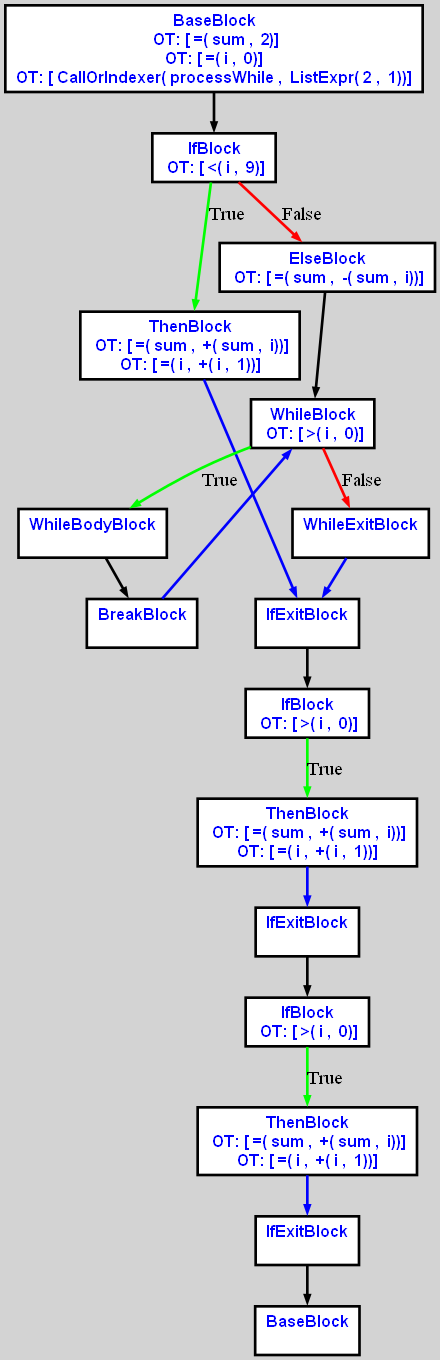
The Graphviz diagram cpoCompilerWin/cfgi0.dot.png in aveen007/CountingMonkeys, before a commit. Its source is kept beside it as cpoCompilerWin/cfgi0.dot.
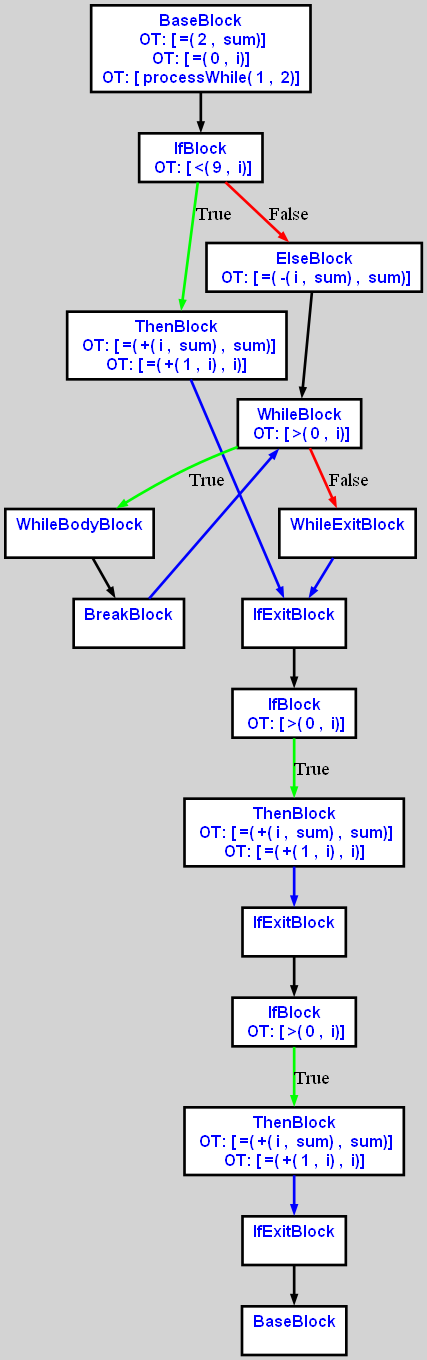
After the commit.

Change to the diagram source:
```diff
@@ -4,51 +4,51 @@
 bgcolor="lightgrey";  node [shape=box, fixedsize=false, fontsize=12, fontname="Helvetica-bold", fontcolor="blue"
 width=.25, height=.25, color="black", fillcolor="white", style="filled, solid, bold"];
 
-edge [arrowsize=.5, color="black", style="bold"]    n000012B83FEA34D0 [label="BaseBlock\n OT: [ =( sum ,  2)]
-OT: [ =( i ,  0)]
-OT: [ CallOrIndexer( processWhile ,  ListExpr( 2 ,  1))]
+edge [arrowsize=.5, color="black", style="bold"]    n0000120BA4EA34D0 [label="BaseBlock\n OT: [ =( 2 ,  sum)]
+OT: [ =( 0 ,  i)]
+OT: [ processWhile( 1 ,  2)]
 "]
-    n000012B83FEA35D0 [label="IfBlock\n OT: [ <( i ,  9)]
+    n0000120BA4EA35D0 [label="IfBlock\n OT: [ <( 9 ,  i)]
 "]
-    n000012B83FEA34D0 -> n000012B83FEA35D0
-    n000012B83FEA35D0 -> n000012B83FEA3610 [label="True" color="green"]
-    n000012B83FEA3610 [label="ThenBlock\n OT: [ =( sum ,  +( sum ,  i))]
-OT: [ =( i ,  +( i ,  1))]
+    n0000120BA4EA34D0 -> n0000120BA4EA35D0
+    n0000120BA4EA35D0 -> n0000120BA4EA3610 [label="True" color="green"]
+    n0000120BA4EA3610 [label="ThenBlock\n OT: [ =( +( i ,  sum) ,  sum)]
+OT: [ =( +( 1 ,  i) ,  i)]
 "]
-    n000012B83FEA35D0 -> n000012B83FEA3650 [label="False" color="red"]
-    n000012B83FEA3650 [label="ElseBlock\n OT: [ =( sum ,  -( sum ,  i))]
+    n0000120BA4EA35D0 -> n0000120BA4EA3650 [label="False" color="red"]
+    n0000120BA4EA3650 [label="ElseBlock\n OT: [ =( -( i ,  sum) ,  sum)]
 "]
-    n000012B83FEA3690 [label="WhileBlock\n OT: [ >( i ,  0)]
+    n0000120BA4EA3690 [label="WhileBlock\n OT: [ >( 0 ,  i)]
 "]
-    n000012B83FEA3650 -> n000012B83FEA3690
-	   n000012B83FEA3690 -> n000012B83FEA36D0 [ label = "True" color="green"]
-    n000012B83FEA36D0 [label="WhileBodyBlock\n "]
-    n000012B83FEA3710 [label="BreakBlock\n "]
-    n000012B83FEA36D0 -> n000012B83FEA3710
-    n000012B83FEA3710 -> n000012B83FEA3690 [ color="blue"]
-	   n000012B83FEA3690 -> n000012B83FEA3850 [ label = "False" color="red"]
-    n000012B83FEA3850 [label="WhileExitBlock\n "]
-    n000012B83FEA3850 -> n000012B83FEA3890 [color="blue"]
-    n000012B83FEA3610 -> n000012B83FEA3890 [ color="blue"]
-    n000012B83FEA3890 [label="IfExitBlock\n "]
-    n000012B83FEA38D0 [label="IfBlock\n OT: [ >( i ,  0)]
+    n0000120BA4EA3650 -> n0000120BA4EA3690
+	   n0000120BA4EA3690 -> n0000120BA4EA36D0 [ label = "True" color="green"]
+    n0000120BA4EA36D0 [label="WhileBodyBlock\n "]
+    n0000120BA4EA3710 [label="BreakBlock\n "]
+    n0000120BA4EA36D0 -> n0000120BA4EA3710
+    n0000120BA4EA3710 -> n0000120BA4EA3690 [ color="blue"]
+	   n0000120BA4EA3690 -> n0000120BA4EA3850 [ label = "False" color="red"]
+    n0000120BA4EA3850 [label="WhileExitBlock\n "]
+    n0000120BA4EA3850 -> n0000120BA4EA3890 [color="blue"]
+    n0000120BA4EA3610 -> n0000120BA4EA3890 [ color="blue"]
+    n0000120BA4EA3890 [label="IfExitBlock\n "]
+    n0000120BA4EA38D0 [label="IfBlock\n OT: [ >( 0 ,  i)]
 "]
-    n000012B83FEA3890 -> n000012B83FEA38D0
-    n000012B83FEA38D0 -> n000012B83FEA3910 [label="True" color="green"]
-    n000012B83FEA3910 [label="ThenBlock\n OT: [ =( sum ,  +( sum ,  i))]
-OT: [ =( i ,  +( i ,  1))]
+    n0000120BA4EA3890 -> n0000120BA4EA38D0
+    n0000120BA4EA38D0 -> n0000120BA4EA3910 [label="True" color="green"]
+    n0000120BA4EA3910 [label="ThenBlock\n OT: [ =( +( i ,  sum) ,  sum)]
+OT: [ =( +( 1 ,  i) ,  i)]
 "]
-    n000012B83FEA3910 -> n000012B83FEA3950 [ color="blue"]
-    n000012B83FEA3950 [label="IfExitBlock\n "]
-    n000012B83FEA3990 [label="IfBlock\n OT: [ >( i ,  0)]
+    n0000120BA4EA3910 -> n0000120BA4EA3950 [ color="blue"]
+    n0000120BA4EA3950 [label="IfExitBlock\n "]
+    n0000120BA4EA3990 [label="IfBlock\n OT: [ >( 0 ,  i)]
 "]
-    n000012B83FEA3950 -> n000012B83FEA3990
-    n000012B83FEA3990 -> n000012B83FEA39D0 [label="True" color="green"]
-    n000012B83FEA39D0 [label="ThenBlock\n OT: [ =( sum ,  +( sum ,  i))]
-OT: [ =( i ,  +( i ,  1))]
+    n0000120BA4EA3950 -> n0000120BA4EA3990
+    n0000120BA4EA3990 -> n0000120BA4EA39D0 [label="True" color="green"]
+    n0000120BA4EA39D0 [label="ThenBlock\n OT: [ =( +( i ,  sum) ,  sum)]
+OT: [ =( +( 1 ,  i) ,  i)]
 "]
-    n000012B83FEA39D0 -> n000012B83FEA3A10 [ color="blue"]
-    n000012B83FEA3A10 [label="IfExitBlock\n "]
-    n000012B83FEA3A50 [label="BaseBlock\n "]
-    n000012B83FEA3A10 -> n000012B83FEA3A50
+    n0000120BA4EA39D0 -> n0000120BA4EA3A10 [ color="blue"]
+    n0000120BA4EA3A10 [label="IfExitBlock\n "]
+    n0000120BA4EA3A50 [label="BaseBlock\n "]
+    n0000120BA4EA3A10 -> n0000120BA4EA3A50
 }
```
